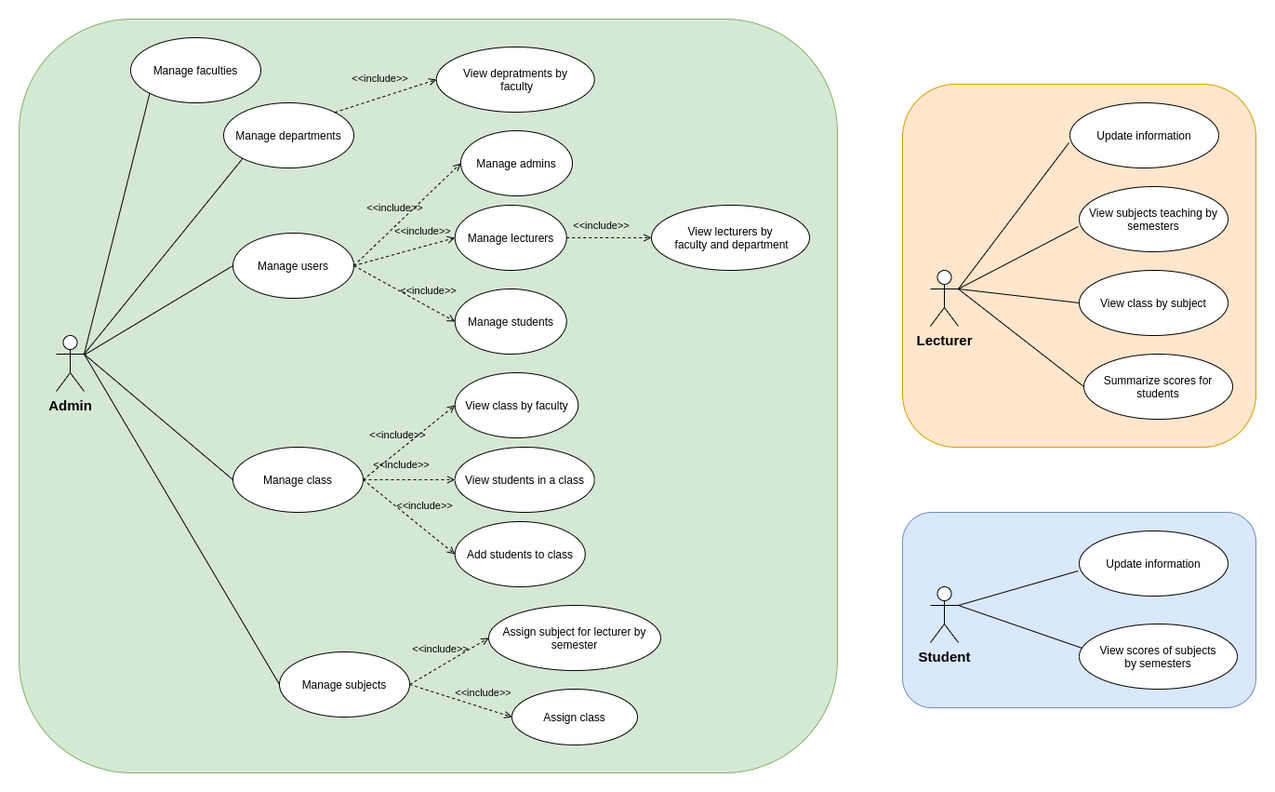
This is documents/UseCase.png from huyphuoc206/student-management, a draw.io export, as it was before one commit. Source tidied: cells renumbered, new cells last; positions are measured from the earlier drawing's top-left corner, leaving out a move shared by most shapes.
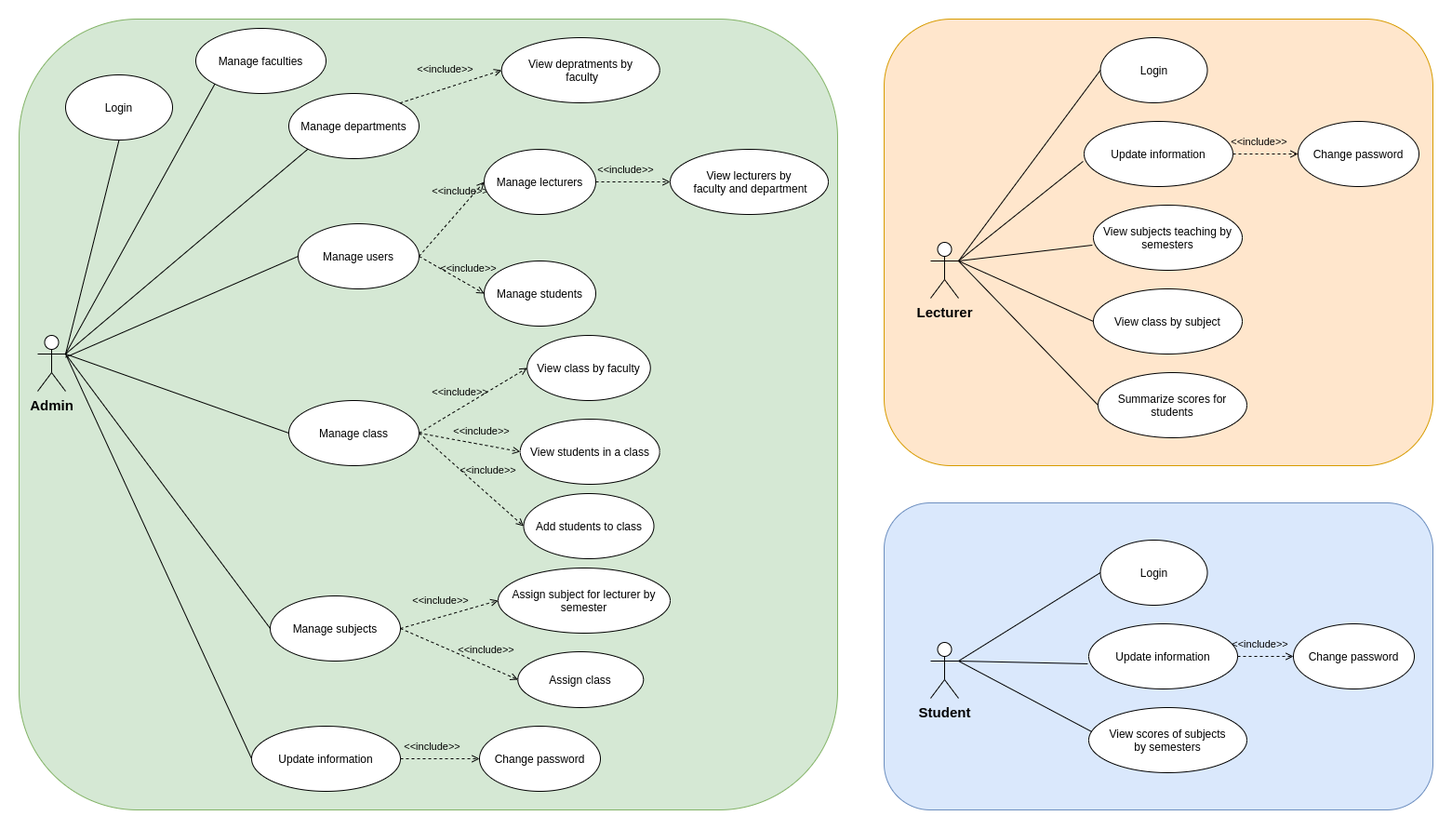
The same diagram one commit later.

Diff of the diagram source:
```diff
@@ -2,23 +2,23 @@
   <root>
     <mxCell id="0" />
     <mxCell id="1" parent="0" />
-    <mxCell id="2" style="rounded=1;whiteSpace=wrap;html=1;fillColor=#d5e8d4;strokeColor=#82b366;" parent="1" vertex="1">
-      <mxGeometry width="880" height="810" as="geometry" />
-    </mxCell>
+    <mxCell id="4" style="rounded=1;whiteSpace=wrap;html=1;fillColor=#ffe6cc;strokeColor=#d79b00;" parent="1" vertex="1">
+      <mxGeometry x="860" y="10" width="590" height="480" as="geometry" />
+    </mxCell>
+    <mxCell id="50" style="rounded=1;whiteSpace=wrap;html=1;fillColor=#d5e8d4;strokeColor=#82b366;" parent="1" vertex="1">
+      <mxGeometry x="-70" y="10" width="880" height="850" as="geometry" />
+    </mxCell>
     <mxCell id="3" style="rounded=1;whiteSpace=wrap;html=1;fillColor=#dae8fc;strokeColor=#6c8ebf;" parent="1" vertex="1">
-      <mxGeometry x="950" y="530" width="380" height="210" as="geometry" />
+      <mxGeometry x="860" y="530" width="590" height="330" as="geometry" />
     </mxCell>
-    <mxCell id="4" style="rounded=1;whiteSpace=wrap;html=1;fillColor=#ffe6cc;strokeColor=#d79b00;" parent="1" vertex="1">
-      <mxGeometry x="950" y="70" width="380" height="390" as="geometry" />
-    </mxCell>
     <mxCell id="5" value="&lt;span&gt;Admin&lt;/span&gt;" style="shape=umlActor;verticalLabelPosition=bottom;verticalAlign=top;html=1;outlineConnect=0;fontSize=15;fontStyle=1;" parent="1" vertex="1">
-      <mxGeometry x="40" y="340" width="30" height="60" as="geometry" />
+      <mxGeometry x="-50" y="350" width="30" height="60" as="geometry" />
     </mxCell>
     <mxCell id="6" value="&lt;b&gt;Student&lt;/b&gt;" style="shape=umlActor;verticalLabelPosition=bottom;verticalAlign=top;html=1;outlineConnect=0;fontSize=15;" parent="1" vertex="1">
-      <mxGeometry x="980" y="610" width="30" height="60" as="geometry" />
+      <mxGeometry x="910" y="680" width="30" height="60" as="geometry" />
     </mxCell>
     <mxCell id="7" value="&lt;b&gt;Lecturer&lt;/b&gt;" style="shape=umlActor;verticalLabelPosition=bottom;verticalAlign=top;html=1;outlineConnect=0;fontSize=15;" parent="1" vertex="1">
-      <mxGeometry x="980" y="270" width="30" height="60" as="geometry" />
+      <mxGeometry x="910" y="250" width="30" height="60" as="geometry" />
     </mxCell>
     <mxCell id="8" value="Manage users" style="ellipse;whiteSpace=wrap;html=1;" parent="1" vertex="1">
       <mxGeometry x="230" y="230" width="130" height="70" as="geometry" />
@@ -27,22 +27,22 @@
       <mxGeometry relative="1" as="geometry" />
     </mxCell>
     <mxCell id="10" value="Manage class" style="ellipse;whiteSpace=wrap;html=1;" parent="1" vertex="1">
-      <mxGeometry x="230" y="460" width="140" height="70" as="geometry" />
+      <mxGeometry x="220" y="420" width="140" height="70" as="geometry" />
     </mxCell>
     <mxCell id="11" style="edgeStyle=none;html=1;endArrow=none;verticalAlign=bottom;entryX=0;entryY=0.5;entryDx=0;entryDy=0;exitX=1;exitY=0.3333333333333333;exitDx=0;exitDy=0;exitPerimeter=0;" parent="1" edge="1" source="5" target="10">
       <mxGeometry relative="1" as="geometry" />
     </mxCell>
     <mxCell id="12" value="Add students to class" style="ellipse;whiteSpace=wrap;html=1;" parent="1" vertex="1">
-      <mxGeometry x="468.8" y="540" width="140" height="70" as="geometry" />
+      <mxGeometry x="472.5" y="520" width="140" height="70" as="geometry" />
     </mxCell>
     <mxCell id="13" value="View students in a class" style="ellipse;whiteSpace=wrap;html=1;" parent="1" vertex="1">
-      <mxGeometry x="468.8" y="460" width="150" height="70" as="geometry" />
+      <mxGeometry x="468.8" y="440" width="150" height="70" as="geometry" />
     </mxCell>
     <mxCell id="14" value="&amp;lt;&amp;lt;include&amp;gt;&amp;gt;" style="edgeStyle=none;html=1;endArrow=open;verticalAlign=bottom;dashed=1;labelBackgroundColor=none;exitX=1;exitY=0.5;exitDx=0;exitDy=0;entryX=0;entryY=0.5;entryDx=0;entryDy=0;" parent="1" edge="1" source="10" target="13">
-      <mxGeometry x="-0.17" y="7" relative="1" as="geometry" />
+      <mxGeometry x="0.22" y="5" relative="1" as="geometry" />
     </mxCell>
     <mxCell id="15" value="Manage subjects" style="ellipse;whiteSpace=wrap;html=1;" parent="1" vertex="1">
-      <mxGeometry x="280" y="680" width="140" height="70" as="geometry" />
+      <mxGeometry x="200" y="630" width="140" height="70" as="geometry" />
     </mxCell>
     <mxCell id="16" style="edgeStyle=none;html=1;endArrow=none;verticalAlign=bottom;entryX=0;entryY=0.5;entryDx=0;entryDy=0;exitX=1;exitY=0.3333333333333333;exitDx=0;exitDy=0;exitPerimeter=0;" parent="1" edge="1" source="5" target="15">
       <mxGeometry relative="1" as="geometry" />
@@ -56,40 +56,40 @@
       <mxGeometry x="-0.14" y="8" relative="1" as="geometry" />
     </mxCell>
     <mxCell id="19" value="Assign subject for lecturer by semester" style="ellipse;whiteSpace=wrap;html=1;" parent="1" vertex="1">
-      <mxGeometry x="505" y="630" width="185" height="70" as="geometry" />
+      <mxGeometry x="445" y="600" width="185" height="70" as="geometry" />
     </mxCell>
     <mxCell id="20" value="Assign class" style="ellipse;whiteSpace=wrap;html=1;" parent="1" vertex="1">
-      <mxGeometry x="530" y="720" width="135" height="60" as="geometry" />
+      <mxGeometry x="466.2" y="690" width="135" height="60" as="geometry" />
     </mxCell>
     <mxCell id="21" value="&amp;lt;&amp;lt;include&amp;gt;&amp;gt;" style="edgeStyle=none;html=1;endArrow=open;verticalAlign=bottom;dashed=1;labelBackgroundColor=none;exitX=1;exitY=0.5;exitDx=0;exitDy=0;entryX=0;entryY=0.5;entryDx=0;entryDy=0;" parent="1" edge="1" source="15" target="20">
       <mxGeometry x="0.4" y="7" relative="1" as="geometry" />
     </mxCell>
     <mxCell id="22" value="View subjects teaching by semesters" style="ellipse;whiteSpace=wrap;html=1;" parent="1" vertex="1">
-      <mxGeometry x="1140" y="180" width="160" height="70" as="geometry" />
+      <mxGeometry x="1085" y="210" width="160" height="70" as="geometry" />
     </mxCell>
     <mxCell id="23" style="edgeStyle=none;html=1;endArrow=none;verticalAlign=bottom;entryX=-0.007;entryY=0.614;entryDx=0;entryDy=0;entryPerimeter=0;exitX=1;exitY=0.3333333333333333;exitDx=0;exitDy=0;exitPerimeter=0;" parent="1" edge="1" source="7" target="22">
       <mxGeometry relative="1" as="geometry" />
     </mxCell>
     <mxCell id="24" value="View class by subject" style="ellipse;whiteSpace=wrap;html=1;" parent="1" vertex="1">
-      <mxGeometry x="1140" y="270" width="160" height="70" as="geometry" />
+      <mxGeometry x="1085" y="300" width="160" height="70" as="geometry" />
     </mxCell>
     <mxCell id="25" style="edgeStyle=none;html=1;endArrow=none;verticalAlign=bottom;entryX=0;entryY=0.5;entryDx=0;entryDy=0;exitX=1;exitY=0.3333333333333333;exitDx=0;exitDy=0;exitPerimeter=0;" parent="1" edge="1" source="7" target="24">
       <mxGeometry relative="1" as="geometry" />
     </mxCell>
     <mxCell id="26" value="Summarize scores for students" style="ellipse;whiteSpace=wrap;html=1;" parent="1" vertex="1">
-      <mxGeometry x="1145" y="360" width="160" height="70" as="geometry" />
+      <mxGeometry x="1090" y="390" width="160" height="70" as="geometry" />
     </mxCell>
     <mxCell id="27" style="edgeStyle=none;html=1;endArrow=none;verticalAlign=bottom;entryX=0;entryY=0.5;entryDx=0;entryDy=0;exitX=1;exitY=0.3333333333333333;exitDx=0;exitDy=0;exitPerimeter=0;" parent="1" edge="1" source="7" target="26">
       <mxGeometry relative="1" as="geometry" />
     </mxCell>
     <mxCell id="28" value="Update information" style="ellipse;whiteSpace=wrap;html=1;" parent="1" vertex="1">
-      <mxGeometry x="1140" y="550" width="160" height="70" as="geometry" />
+      <mxGeometry x="1080" y="660" width="160" height="70" as="geometry" />
     </mxCell>
     <mxCell id="29" style="edgeStyle=none;html=1;endArrow=none;verticalAlign=bottom;entryX=-0.007;entryY=0.614;entryDx=0;entryDy=0;entryPerimeter=0;exitX=1;exitY=0.3333333333333333;exitDx=0;exitDy=0;exitPerimeter=0;" parent="1" edge="1" source="6" target="28">
       <mxGeometry relative="1" as="geometry" />
     </mxCell>
     <mxCell id="30" value="View scores of subjects by&amp;nbsp;semesters" style="ellipse;whiteSpace=wrap;html=1;" parent="1" vertex="1">
-      <mxGeometry x="1140" y="650" width="170" height="70" as="geometry" />
+      <mxGeometry x="1080" y="750" width="170" height="70" as="geometry" />
     </mxCell>
     <mxCell id="31" style="edgeStyle=none;html=1;endArrow=none;verticalAlign=bottom;entryX=0.019;entryY=0.371;entryDx=0;entryDy=0;entryPerimeter=0;exitX=1;exitY=0.3333333333333333;exitDx=0;exitDy=0;exitPerimeter=0;" parent="1" edge="1" source="6" target="30">
       <mxGeometry relative="1" as="geometry" />
@@ -107,10 +107,10 @@
       <mxGeometry relative="1" as="geometry" />
     </mxCell>
     <mxCell id="36" value="View lecturers by&lt;br&gt;&amp;nbsp;faculty and department" style="ellipse;whiteSpace=wrap;html=1;" parent="1" vertex="1">
-      <mxGeometry x="680" y="200" width="170" height="70" as="geometry" />
+      <mxGeometry x="630" y="150" width="170" height="70" as="geometry" />
     </mxCell>
     <mxCell id="37" value="Update information" style="ellipse;whiteSpace=wrap;html=1;" parent="1" vertex="1">
-      <mxGeometry x="1130" y="90" width="160" height="70" as="geometry" />
+      <mxGeometry x="1075" y="120" width="160" height="70" as="geometry" />
     </mxCell>
     <mxCell id="38" style="edgeStyle=none;html=1;endArrow=none;verticalAlign=bottom;entryX=-0.007;entryY=0.614;entryDx=0;entryDy=0;entryPerimeter=0;exitX=1;exitY=0.3333333333333333;exitDx=0;exitDy=0;exitPerimeter=0;" parent="1" edge="1" source="7" target="37">
       <mxGeometry relative="1" as="geometry" />
@@ -121,17 +121,11 @@
     <mxCell id="40" value="&amp;lt;&amp;lt;include&amp;gt;&amp;gt;" style="edgeStyle=none;html=1;endArrow=open;verticalAlign=bottom;dashed=1;labelBackgroundColor=none;exitX=1;exitY=0;exitDx=0;exitDy=0;entryX=0;entryY=0.5;entryDx=0;entryDy=0;" parent="1" edge="1" source="33" target="39">
       <mxGeometry x="-0.06" y="11" relative="1" as="geometry" />
     </mxCell>
-    <mxCell id="41" value="&amp;lt;&amp;lt;include&amp;gt;&amp;gt;" style="edgeStyle=none;html=1;endArrow=open;verticalAlign=bottom;dashed=1;labelBackgroundColor=none;exitX=1;exitY=0.5;exitDx=0;exitDy=0;entryX=0;entryY=0.5;entryDx=0;entryDy=0;" parent="1" edge="1" source="8" target="43">
-      <mxGeometry x="-0.14" y="8" relative="1" as="geometry" />
-    </mxCell>
     <mxCell id="42" value="&amp;lt;&amp;lt;include&amp;gt;&amp;gt;" style="edgeStyle=none;html=1;endArrow=open;verticalAlign=bottom;dashed=1;labelBackgroundColor=none;exitX=1;exitY=0.5;exitDx=0;exitDy=0;entryX=0;entryY=0.5;entryDx=0;entryDy=0;" parent="1" edge="1" source="8" target="44">
       <mxGeometry x="0.4" y="7" relative="1" as="geometry" />
     </mxCell>
-    <mxCell id="43" value="Manage admins" style="ellipse;whiteSpace=wrap;html=1;" parent="1" vertex="1">
-      <mxGeometry x="475" y="120" width="120" height="70" as="geometry" />
-    </mxCell>
     <mxCell id="44" value="Manage lecturers" style="ellipse;whiteSpace=wrap;html=1;" parent="1" vertex="1">
-      <mxGeometry x="468.8" y="200" width="120" height="70" as="geometry" />
+      <mxGeometry x="430" y="150" width="120" height="70" as="geometry" />
     </mxCell>
     <mxCell id="45" value="&amp;lt;&amp;lt;include&amp;gt;&amp;gt;" style="edgeStyle=none;html=1;endArrow=open;verticalAlign=bottom;dashed=1;labelBackgroundColor=none;exitX=1;exitY=0.5;exitDx=0;exitDy=0;entryX=0;entryY=0.5;entryDx=0;entryDy=0;" parent="1" edge="1" source="44" target="36">
       <mxGeometry x="-0.22" y="4" relative="1" as="geometry">
@@ -139,7 +133,7 @@
       </mxGeometry>
     </mxCell>
     <mxCell id="46" value="View class by faculty" style="ellipse;whiteSpace=wrap;html=1;" parent="1" vertex="1">
-      <mxGeometry x="468.8" y="380" width="132.5" height="70" as="geometry" />
+      <mxGeometry x="476.2" y="350" width="132.5" height="70" as="geometry" />
     </mxCell>
     <mxCell id="47" value="&amp;lt;&amp;lt;include&amp;gt;&amp;gt;" style="edgeStyle=none;html=1;endArrow=open;verticalAlign=bottom;dashed=1;labelBackgroundColor=none;exitX=1;exitY=0.5;exitDx=0;exitDy=0;entryX=0;entryY=0.5;entryDx=0;entryDy=0;" parent="1" edge="1" source="10" target="46">
       <mxGeometry x="-0.17" y="7" relative="1" as="geometry" />
@@ -148,7 +142,55 @@
       <mxGeometry x="0.4" y="7" relative="1" as="geometry" />
     </mxCell>
     <mxCell id="49" value="Manage students" style="ellipse;whiteSpace=wrap;html=1;" parent="1" vertex="1">
-      <mxGeometry x="468.8" y="290" width="120" height="70" as="geometry" />
+      <mxGeometry x="430" y="270" width="120" height="70" as="geometry" />
     </mxCell>
+    <mxCell id="51" value="Change password" style="ellipse;whiteSpace=wrap;html=1;" parent="1" vertex="1">
+      <mxGeometry x="1305" y="120" width="130" height="70" as="geometry" />
+    </mxCell>
+    <mxCell id="52" value="&amp;lt;&amp;lt;include&amp;gt;&amp;gt;" style="edgeStyle=none;html=1;endArrow=open;verticalAlign=bottom;dashed=1;labelBackgroundColor=none;exitX=1;exitY=0.5;exitDx=0;exitDy=0;entryX=0;entryY=0.5;entryDx=0;entryDy=0;" parent="1" edge="1" source="37" target="51">
+      <mxGeometry x="-0.22" y="4" relative="1" as="geometry">
+        <mxPoint x="1" as="offset" />
+      </mxGeometry>
+    </mxCell>
+    <mxCell id="53" value="Change password" style="ellipse;whiteSpace=wrap;html=1;" parent="1" vertex="1">
+      <mxGeometry x="1300" y="660" width="130" height="70" as="geometry" />
+    </mxCell>
+    <mxCell id="54" value="&amp;lt;&amp;lt;include&amp;gt;&amp;gt;" style="edgeStyle=none;html=1;endArrow=open;verticalAlign=bottom;dashed=1;labelBackgroundColor=none;exitX=1;exitY=0.5;exitDx=0;exitDy=0;entryX=0;entryY=0.5;entryDx=0;entryDy=0;" parent="1" edge="1" source="28" target="53">
+      <mxGeometry x="-0.22" y="4" relative="1" as="geometry">
+        <mxPoint x="1" as="offset" />
+      </mxGeometry>
+    </mxCell>
+    <mxCell id="55" value="Update information" style="ellipse;whiteSpace=wrap;html=1;" parent="1" vertex="1">
+      <mxGeometry x="180" y="770" width="160" height="70" as="geometry" />
+    </mxCell>
+    <mxCell id="56" style="edgeStyle=none;html=1;endArrow=none;verticalAlign=bottom;entryX=0;entryY=0.5;entryDx=0;entryDy=0;exitX=1;exitY=0.3333333333333333;exitDx=0;exitDy=0;exitPerimeter=0;" parent="1" edge="1" source="5" target="55">
+      <mxGeometry relative="1" as="geometry" />
+    </mxCell>
+    <mxCell id="57" value="Change password" style="ellipse;whiteSpace=wrap;html=1;" parent="1" vertex="1">
+      <mxGeometry x="425" y="770" width="130" height="70" as="geometry" />
+    </mxCell>
+    <mxCell id="58" value="&amp;lt;&amp;lt;include&amp;gt;&amp;gt;" style="edgeStyle=none;html=1;endArrow=open;verticalAlign=bottom;dashed=1;labelBackgroundColor=none;exitX=1;exitY=0.5;exitDx=0;exitDy=0;entryX=0;entryY=0.5;entryDx=0;entryDy=0;" parent="1" edge="1" source="55" target="57">
+      <mxGeometry x="-0.22" y="4" relative="1" as="geometry">
+        <mxPoint x="1" as="offset" />
+      </mxGeometry>
+    </mxCell>
+    <mxCell id="59" value="Login" style="ellipse;whiteSpace=wrap;html=1;" parent="1" vertex="1">
+      <mxGeometry x="-20" y="70" width="115" height="70" as="geometry" />
+    </mxCell>
+    <mxCell id="60" style="edgeStyle=none;html=1;endArrow=none;verticalAlign=bottom;entryX=0.5;entryY=1;entryDx=0;entryDy=0;exitX=1;exitY=0.3333333333333333;exitDx=0;exitDy=0;exitPerimeter=0;" parent="1" edge="1" source="5" target="59">
+      <mxGeometry relative="1" as="geometry" />
+    </mxCell>
+    <mxCell id="61" value="Login" style="ellipse;whiteSpace=wrap;html=1;" parent="1" vertex="1">
+      <mxGeometry x="1092.5" y="30" width="115" height="70" as="geometry" />
+    </mxCell>
+    <mxCell id="62" style="edgeStyle=none;html=1;endArrow=none;verticalAlign=bottom;entryX=0;entryY=0.5;entryDx=0;entryDy=0;exitX=1;exitY=0.3333333333333333;exitDx=0;exitDy=0;exitPerimeter=0;" parent="1" edge="1" source="7" target="61">
+      <mxGeometry relative="1" as="geometry" />
+    </mxCell>
+    <mxCell id="63" value="Login" style="ellipse;whiteSpace=wrap;html=1;" parent="1" vertex="1">
+      <mxGeometry x="1092.5" y="570" width="115" height="70" as="geometry" />
+    </mxCell>
+    <mxCell id="64" style="edgeStyle=none;html=1;endArrow=none;verticalAlign=bottom;entryX=0;entryY=0.5;entryDx=0;entryDy=0;exitX=1;exitY=0.3333333333333333;exitDx=0;exitDy=0;exitPerimeter=0;" parent="1" edge="1" source="6" target="63">
+      <mxGeometry relative="1" as="geometry" />
+    </mxCell>
   </root>
 </mxGraphModel>
```
